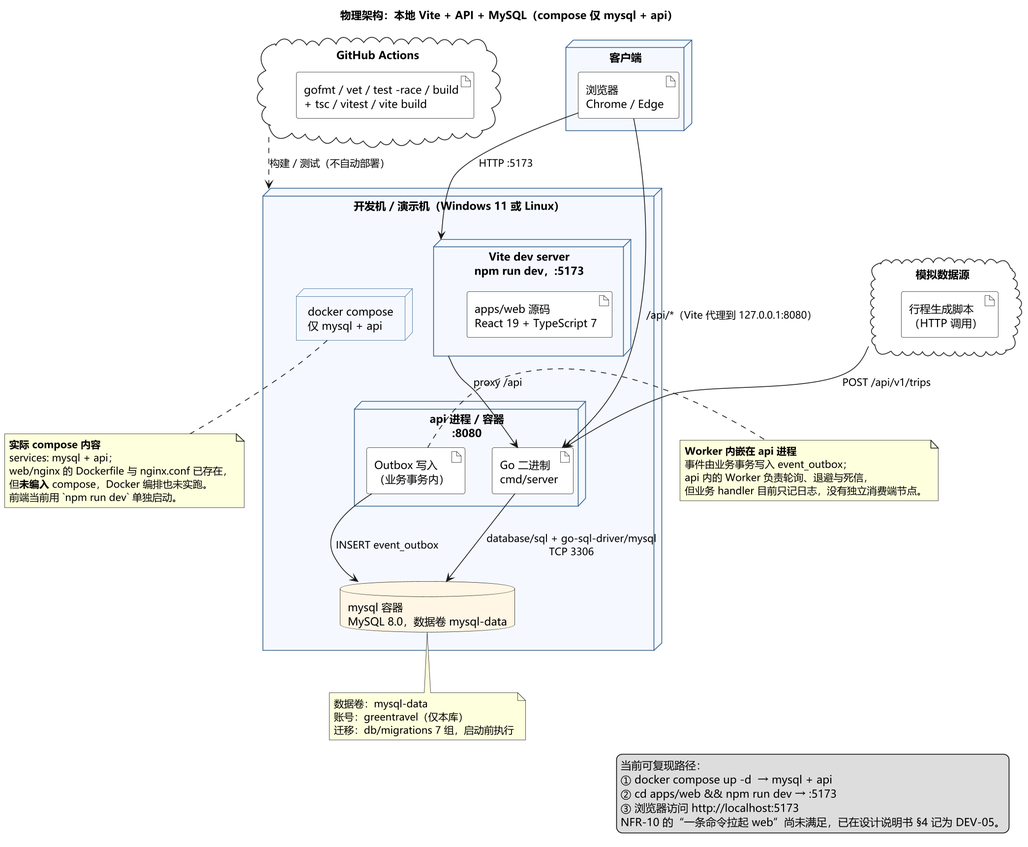
Earlier version of the PlantUML export docs/uml/out/图2-2 系统物理架构 部署图.png (chiyan11/green-travel-points).
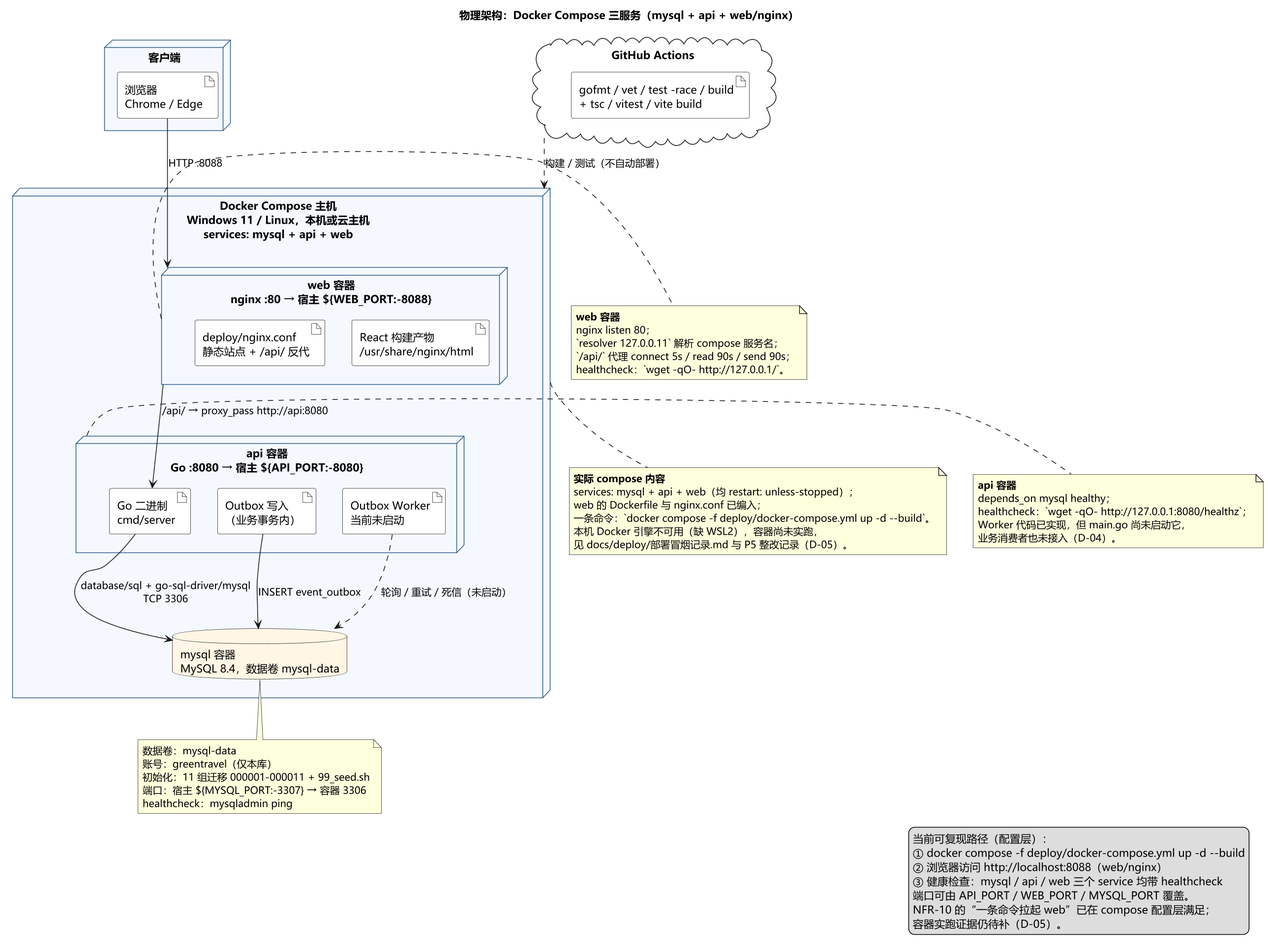
Later version of the same file.

Diff of the diagram source:
```diff
@@ -10,71 +10,80 @@
 skinparam databaseBackgroundColor #FFF6E5
 skinparam artifactBackgroundColor #FFFFFF
 
-title 物理架构：本地 Vite + API + MySQL（compose 仅 mysql + api）
+title 物理架构：Docker Compose 三服务（mysql + api + web/nginx）
 
 node "客户端" as client {
   artifact "浏览器\nChrome / Edge" as browser
 }
 
-node "开发机 / 演示机（Windows 11 或 Linux）" as host {
+node "Docker Compose 主机\nWindows 11 / Linux，本机或云主机\nservices: mysql + api + web" as host {
 
-  node "Vite dev server\nnpm run dev，:5173" as vite {
-    artifact "apps/web 源码\nReact 19 + TypeScript 7" as webapp
+  node "web 容器\nnginx :80 → 宿主 ${WEB_PORT:-8088}" as web {
+    artifact "React 构建产物\n/usr/share/nginx/html" as webapp
+    artifact "deploy/nginx.conf\n静态站点 + /api/ 反代" as nginxconf
   }
 
-  node "api 进程 / 容器\n:8080" as apinode {
+  node "api 容器\nGo :8080 → 宿主 ${API_PORT:-8080}" as apinode {
     artifact "Go 二进制\ncmd/server" as apisvc
     artifact "Outbox 写入\n（业务事务内）" as outboxwrite
+    artifact "Outbox Worker\n当前未启动" as worker
   }
 
-  database "mysql 容器\nMySQL 8.0，数据卷 mysql-data" as mysql
-
-  node "docker compose\n仅 mysql + api" as compose
+  database "mysql 容器\nMySQL 8.4，数据卷 mysql-data" as mysql
 }
 
 cloud "GitHub Actions" as ci {
   artifact "gofmt / vet / test -race / build\n+ tsc / vitest / vite build" as pipeline
 }
 
-cloud "模拟数据源" as sim {
-  artifact "行程生成脚本\n（HTTP 调用）" as gen
-}
-
-browser --> vite : HTTP :5173
-browser --> apisvc : /api/*（Vite 代理到 127.0.0.1:8080）
-vite --> apisvc : proxy /api
+browser --> web : HTTP :8088
+web --> apisvc : /api/ → proxy_pass http://api:8080
 apisvc --> mysql : database/sql + go-sql-driver/mysql\nTCP 3306
 outboxwrite --> mysql : INSERT event_outbox
-sim --> apisvc : POST /api/v1/trips
+worker ..> mysql : 轮询 / 重试 / 死信（未启动）
 ci ..> host : 构建 / 测试（不自动部署）
 
-note right of outboxwrite
-  **Worker 内嵌在 api 进程**
-  事件由业务事务写入 event_outbox；
-  api 内的 Worker 负责轮询、退避与死信，
-  但业务 handler 目前只记日志，没有独立消费端节点。
+note right of web
+  **web 容器**
+  nginx listen 80；
+  `resolver 127.0.0.11` 解析 compose 服务名；
+  `/api/` 代理 connect 5s / read 90s / send 90s；
+  healthcheck：`wget -qO- http://127.0.0.1/`。
+end note
+
+note right of apinode
+  **api 容器**
+  depends_on mysql healthy；
+  healthcheck：`wget -qO- http://127.0.0.1:8080/healthz`；
+  Worker 代码已实现，但 main.go 尚未启动它，
+  业务消费者也未接入（D-04）。
 end note
 
 note bottom of mysql
   数据卷：mysql-data
   账号：greentravel（仅本库）
-  迁移：db/migrations 7 组，启动前执行
+  初始化：11 组迁移 000001-000011 + 99_seed.sh
+  端口：宿主 ${MYSQL_PORT:-3307} → 容器 3306
+  healthcheck：mysqladmin ping
 end note
 
-note bottom of compose
+note bottom of host
   **实际 compose 内容**
-  services: mysql + api；
-  web/nginx 的 Dockerfile 与 nginx.conf 已存在，
-  但**未编入** compose，Docker 编排也未实跑。
-  前端当前用 `npm run dev` 单独启动。
+  services: mysql + api + web（均 restart: unless-stopped）；
+  web 的 Dockerfile 与 nginx.conf 已编入；
+  一条命令：`docker compose -f deploy/docker-compose.yml up -d --build`。
+  本机 Docker 引擎不可用（缺 WSL2），容器尚未实跑，
+  见 docs/deploy/部署冒烟记录.md 与 P5 整改记录（D-05）。
 end note
 
 legend right
-  当前可复现路径：
-  ① docker compose up -d  → mysql + api
-  ② cd apps/web && npm run dev → :5173
-  ③ 浏览器访问 http://localhost:5173
-  NFR-10 的“一条命令拉起 web”尚未满足，已在设计说明书 §4 记为 DEV-05。
+  当前可复现路径（配置层）：
+  ① docker compose -f deploy/docker-compose.yml up -d --build
+  ② 浏览器访问 http://localhost:8088（web/nginx）
+  ③ 健康检查：mysql / api / web 三个 service 均带 healthcheck
+  端口可由 API_PORT / WEB_PORT / MYSQL_PORT 覆盖。
+  NFR-10 的“一条命令拉起 web”已在 compose 配置层满足；
+  容器实跑证据仍待补（D-05）。
 endlegend
 
 @enduml
```
